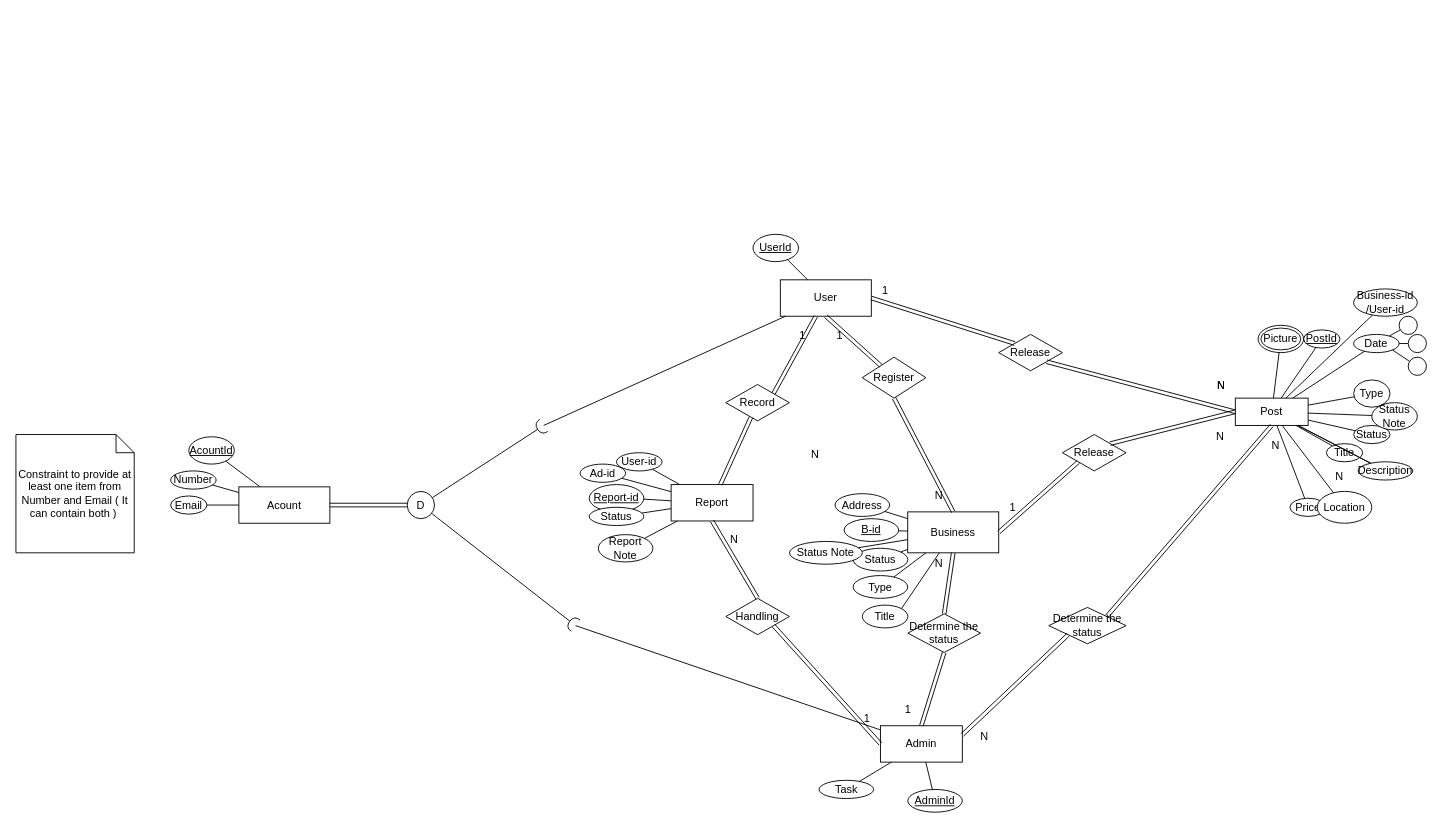
The draw.io diagram Project.drawio in khebrati/HamsellDatabase, before the edit. Source tidied: cells renumbered, new cells numbered last; positions are measured from the earlier drawing's top-left corner, leaving out a move shared by most shapes. Both pictures are drawn from the tidied source at 91%, with x=0, y=0 at pixel (15, 234).
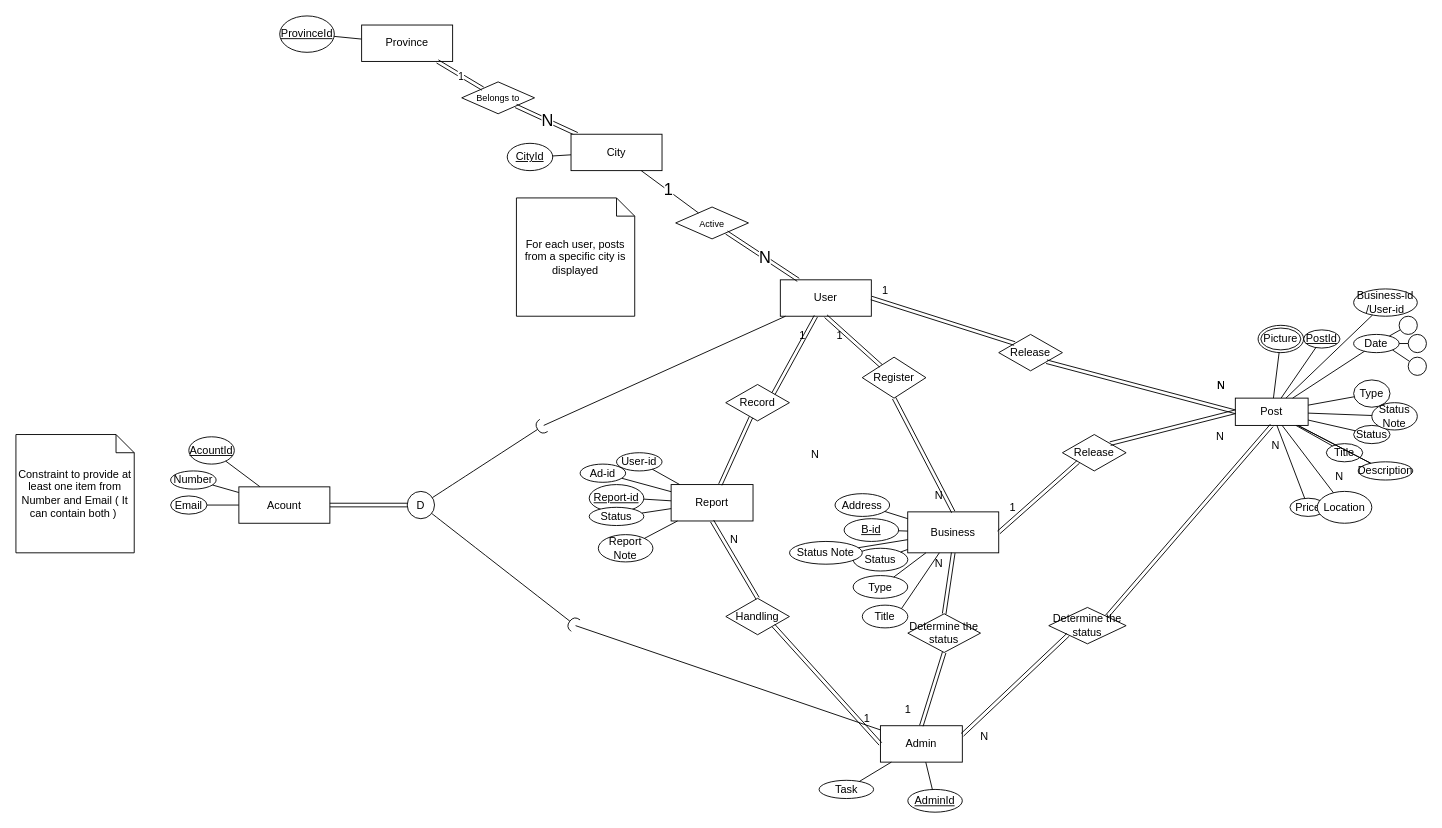
Above is the later version.

Commit message:
Added city and province

The change refers to these unchanged cells:
```xml
<mxCell id="2" value="User" style="whiteSpace=wrap;html=1;align=center;" parent="1" vertex="1">
  <mxGeometry x="840" y="50" width="100" height="40" as="geometry" />
</mxCell>
```

Change to the diagram source:
```diff
@@
-    <mxCell id="116" value="UserId" style="ellipse;whiteSpace=wrap;html=1;align=center;fontStyle=4;" parent="1" vertex="1">
-      <mxGeometry x="810" width="50" height="30" as="geometry" />
+    <mxCell id="116" value="ProvinceId" style="ellipse;whiteSpace=wrap;html=1;align=center;fontStyle=4;" parent="1" vertex="1">
+      <mxGeometry x="289.9" y="-240" width="60" height="40" as="geometry" />
     </mxCell>
-    <mxCell id="117" style="endArrow=none;html=1;rounded=0;" parent="1" edge="1" source="116" target="2">
+    <mxCell id="117" style="endArrow=none;html=1;rounded=0;" parent="1" edge="1" source="116" target="122">
       <mxGeometry relative="1" as="geometry" />
     </mxCell>
@@
+    <mxCell id="119" value="&lt;font style=&quot;font-size: 10px;&quot;&gt;Belongs to&lt;/font&gt;" style="shape=rhombus;perimeter=rhombusPerimeter;whiteSpace=wrap;html=1;align=center;" parent="1" vertex="1">
+      <mxGeometry x="489.9" y="-167.5" width="80" height="35" as="geometry" />
+    </mxCell>
+    <mxCell id="120" style="shape=link;html=1;rounded=0;" parent="1" edge="1" source="125" target="119">
+      <mxGeometry relative="1" as="geometry" />
+    </mxCell>
+    <mxCell id="121" value="&lt;font style=&quot;font-size: 18px;&quot;&gt;N&lt;/font&gt;" style="edgeLabel;html=1;align=center;verticalAlign=middle;" parent="120" vertex="1">
+      <mxGeometry x="-0.04" relative="1" as="geometry" />
+    </mxCell>
+    <mxCell id="122" value="Province" style="whiteSpace=wrap;html=1;align=center;" parent="1" vertex="1">
+      <mxGeometry x="379.9" y="-230" width="100" height="40" as="geometry" />
+    </mxCell>
+    <mxCell id="123" value="CityId" style="ellipse;whiteSpace=wrap;html=1;align=center;fontStyle=4;" parent="1" vertex="1">
+      <mxGeometry x="539.9" y="-100" width="50" height="30" as="geometry" />
+    </mxCell>
+    <mxCell id="124" style="endArrow=none;html=1;rounded=0;" parent="1" edge="1" source="123" target="125">
+      <mxGeometry relative="1" as="geometry" />
+    </mxCell>
+    <mxCell id="125" value="City" style="whiteSpace=wrap;html=1;align=center;" parent="1" vertex="1">
+      <mxGeometry x="610" y="-110" width="100" height="40" as="geometry" />
+    </mxCell>
+    <mxCell id="126" style="shape=link;html=1;rounded=0;" parent="1" edge="1" source="122" target="119">
+      <mxGeometry relative="1" as="geometry" />
+    </mxCell>
+    <mxCell id="127" value="1" style="edgeLabel;html=1;align=center;verticalAlign=middle;" parent="126" vertex="1">
+      <mxGeometry x="0.03" y="-1" relative="1" as="geometry" />
+    </mxCell>
+    <mxCell id="128" value="&lt;font style=&quot;font-size: 10px;&quot;&gt;Active&lt;/font&gt;" style="shape=rhombus;perimeter=rhombusPerimeter;whiteSpace=wrap;html=1;align=center;" parent="1" vertex="1">
+      <mxGeometry x="725" y="-30" width="80" height="35" as="geometry" />
+    </mxCell>
+    <mxCell id="129" style="shape=link;html=1;rounded=0;" parent="1" edge="1" source="2" target="128">
+      <mxGeometry relative="1" as="geometry" />
+    </mxCell>
+    <mxCell id="130" value="&lt;font style=&quot;font-size: 18px;&quot;&gt;N&lt;/font&gt;" style="edgeLabel;html=1;align=center;verticalAlign=middle;" parent="129" vertex="1">
+      <mxGeometry x="-0.04" relative="1" as="geometry" />
+    </mxCell>
+    <mxCell id="131" style="endArrow=none;html=1;rounded=0;" parent="1" edge="1" source="128" target="125">
+      <mxGeometry relative="1" as="geometry" />
+    </mxCell>
+    <mxCell id="132" value="&lt;font style=&quot;font-size: 18px;&quot;&gt;1&lt;/font&gt;" style="edgeLabel;html=1;align=center;verticalAlign=middle;" parent="131" vertex="1">
+      <mxGeometry x="0.08" y="-1" relative="1" as="geometry" />
+    </mxCell>
+    <mxCell id="133" value="For each user, posts from a specific city is displayed" style="shape=note;size=20;whiteSpace=wrap;html=1;" parent="1" vertex="1">
+      <mxGeometry x="550" y="-40" width="130" height="130" as="geometry" />
+    </mxCell>
```
